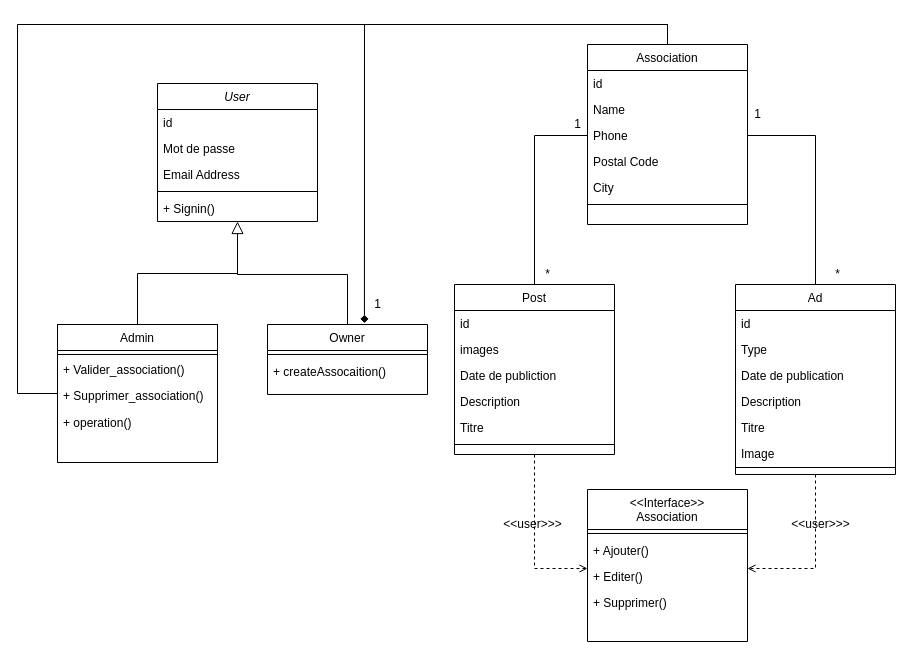
nourelhouda-taroudi/Maroc-Benevolat-Backend keeps this draw.io diagram as uploads/MCD.drawio. Above is the earlier version. Source tidied: cells renumbered, new cells numbered last; positions are measured from the earlier drawing's top-left corner, leaving out a move shared by most shapes. Both pictures are drawn from the tidied source at 100%, with x=0, y=0 at pixel (17, 24).
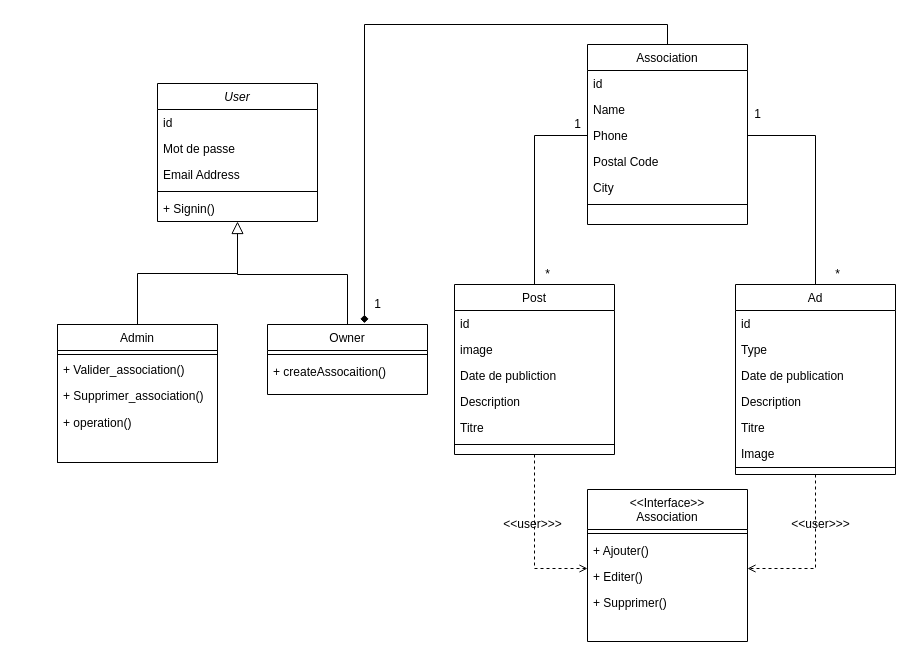
The same diagram, later.

The change refers to these unchanged cells:
```xml
<mxCell id="15" value="Admin" style="swimlane;fontStyle=0;align=center;verticalAlign=top;horizontal=1;startSize=26;rounded=0;shadow=0;strokeWidth=1;" parent="1" vertex="1">
  <mxGeometry x="40" y="300" width="160" height="138" as="geometry" />
</mxCell>
<mxCell id="18" value="Association" style="swimlane;fontStyle=0;align=center;verticalAlign=top;horizontal=1;startSize=26;rounded=0;shadow=0;strokeWidth=1;" parent="1" vertex="1">
  <mxGeometry x="570" y="20" width="160" height="180" as="geometry" />
</mxCell>
<mxCell id="28" value="Post" style="swimlane;fontStyle=0;align=center;verticalAlign=top;horizontal=1;startSize=26;rounded=0;shadow=0;strokeWidth=1;" parent="1" vertex="1">
  <mxGeometry x="437" y="260" width="160" height="170" as="geometry" />
</mxCell>
```

The edit, as a diff of the source:
```diff
@@
-    <mxCell id="14" style="edgeStyle=orthogonalEdgeStyle;rounded=0;jettySize=auto;html=1;entryX=0.5;entryY=0;entryDx=0;entryDy=0;endArrow=none;endFill=0;" parent="1" edge="1" source="15" target="18">
-      <mxGeometry relative="1" as="geometry">
-        <Array as="points">
-          <mxPoint y="369" />
-          <mxPoint />
-          <mxPoint x="650" />
-        </Array>
-      </mxGeometry>
-    </mxCell>
@@
-    <mxCell id="30" value="images" style="text;align=left;verticalAlign=top;spacingLeft=4;spacingRight=4;overflow=hidden;rounded=0;shadow=0;html=0;" parent="28" vertex="1">
+    <mxCell id="30" value="image" style="text;align=left;verticalAlign=top;spacingLeft=4;spacingRight=4;overflow=hidden;rounded=0;shadow=0;html=0;" parent="28" vertex="1">
       <mxGeometry y="52" width="160" height="26" as="geometry" />
     </mxCell>
```
